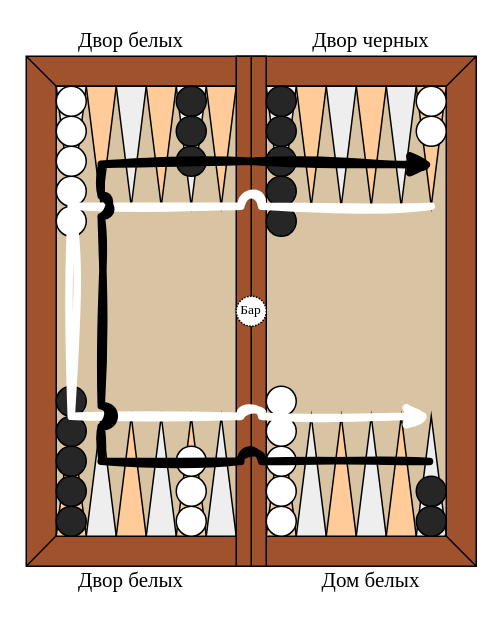
This is src/works/1/short-backgammon-dir-src.drawio from Niapollab/VSU-scientific-activities, a draw.io file, before an edit. Source tidied: cells renumbered, new cells numbered last; positions are measured from the earlier drawing's top-left corner, leaving out a move shared by most shapes. Both pictures are drawn from the tidied source at 150%, with x=0, y=0 at pixel (-4, 26).
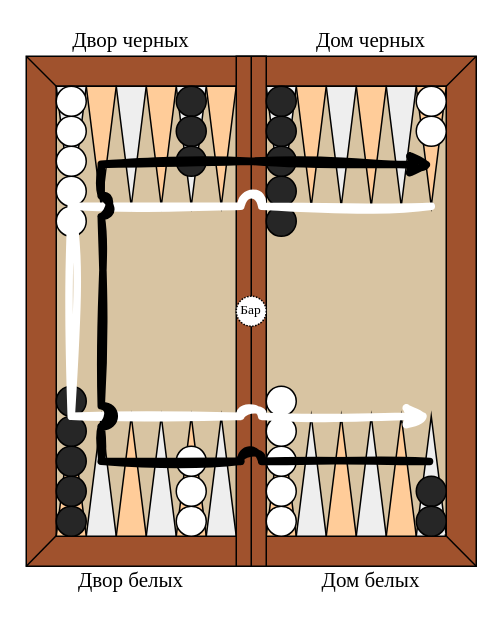
The same diagram, later.

Commit message (it also covers changes not shown here):
Fix typo in short backgammon rules pictures

What changed in the source:
```diff
@@
-    <mxCell id="67" value="Двор белых" style="text;html=1;strokeColor=none;fillColor=none;align=center;verticalAlign=middle;whiteSpace=wrap;rounded=0;fontFamily=Times New Roman;fontSize=14;" parent="1" vertex="1">
+    <mxCell id="67" value="Двор черных" style="text;html=1;strokeColor=none;fillColor=none;align=center;verticalAlign=middle;whiteSpace=wrap;rounded=0;fontFamily=Times New Roman;fontSize=14;" parent="1" vertex="1">
       <mxGeometry x="20" width="140" height="20" as="geometry" />
     </mxCell>
-    <mxCell id="68" value="Двор черных" style="text;html=1;strokeColor=none;fillColor=none;align=center;verticalAlign=middle;whiteSpace=wrap;rounded=0;fontFamily=Times New Roman;fontSize=14;" parent="1" vertex="1">
+    <mxCell id="68" value="Дом черных" style="text;html=1;strokeColor=none;fillColor=none;align=center;verticalAlign=middle;whiteSpace=wrap;rounded=0;fontFamily=Times New Roman;fontSize=14;" parent="1" vertex="1">
       <mxGeometry x="180" width="140" height="20" as="geometry" />
     </mxCell>
```
